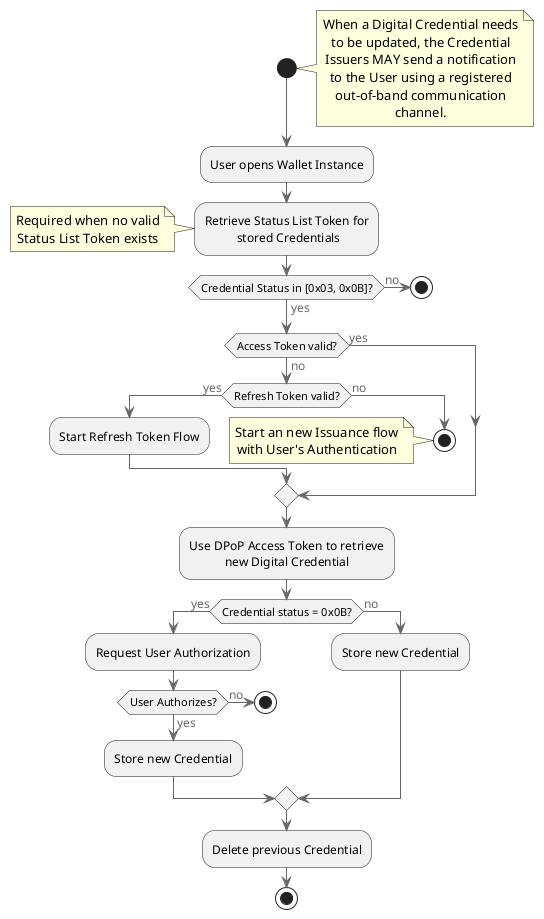
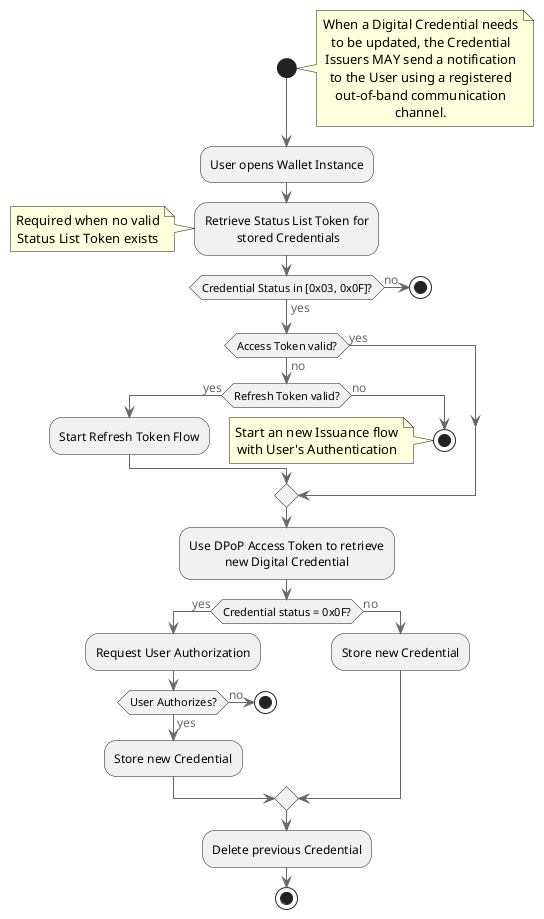
@startuml Digital Credential Lifecycle
!include <C4/C4_Dynamic>


start
note right
When a Digital Credential needs to be updated, the Credential Issuers MAY send a notification to the User using a registered out-of-band communication channel.
end note

:User opens Wallet Instance;

   :Retrieve Status List Token for
    stored Credentials;
    note left
    Required when no valid
    Status List Token exists
    end note
-     if (Credential Status in [0x03, 0x0B]?) then (yes)
+     if (Credential Status in [0x03, 0x0F]?) then (yes)
     else (no)
             stop
     endif

        if (Access Token valid?) then (yes)

        else (no)
            if (Refresh Token valid?) then (yes)
              :Start Refresh Token Flow;
            else (no)
              stop
              note
               Start an new Issuance flow
               with User's Authentication
              end note
            endif
        endif

        :Use DPoP Access Token to retrieve
        new Digital Credential;
-         if (Credential status = 0x0B?) then (yes)
+         if (Credential status = 0x0F?) then (yes)
            :Request User Authorization;
            if (User Authorizes?) then (yes)
                :Store new Credential;
            else (no)
                stop
            endif
        else (no)
            :Store new Credential;
        endif

        :Delete previous Credential;

stop
@enduml